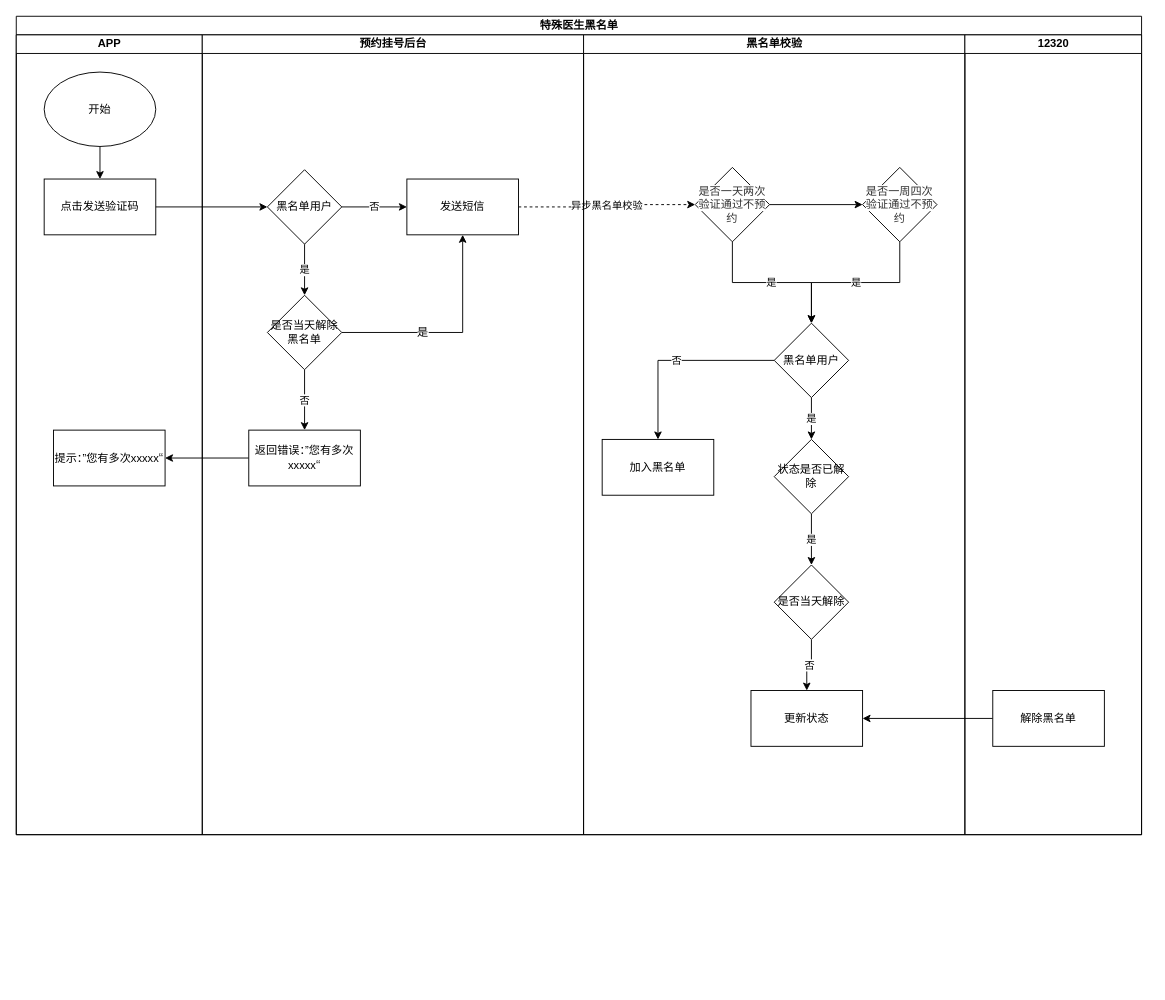
The draw.io diagram 特殊医生黑名单.drawio in xuwei03/visio, before the edit. Source tidied: cells renumbered, new cells numbered last; positions are measured from the earlier drawing's top-left corner, leaving out a move shared by most shapes. Both pictures are drawn from the tidied source at 93%, with x=0, y=0 at pixel (16, 16).
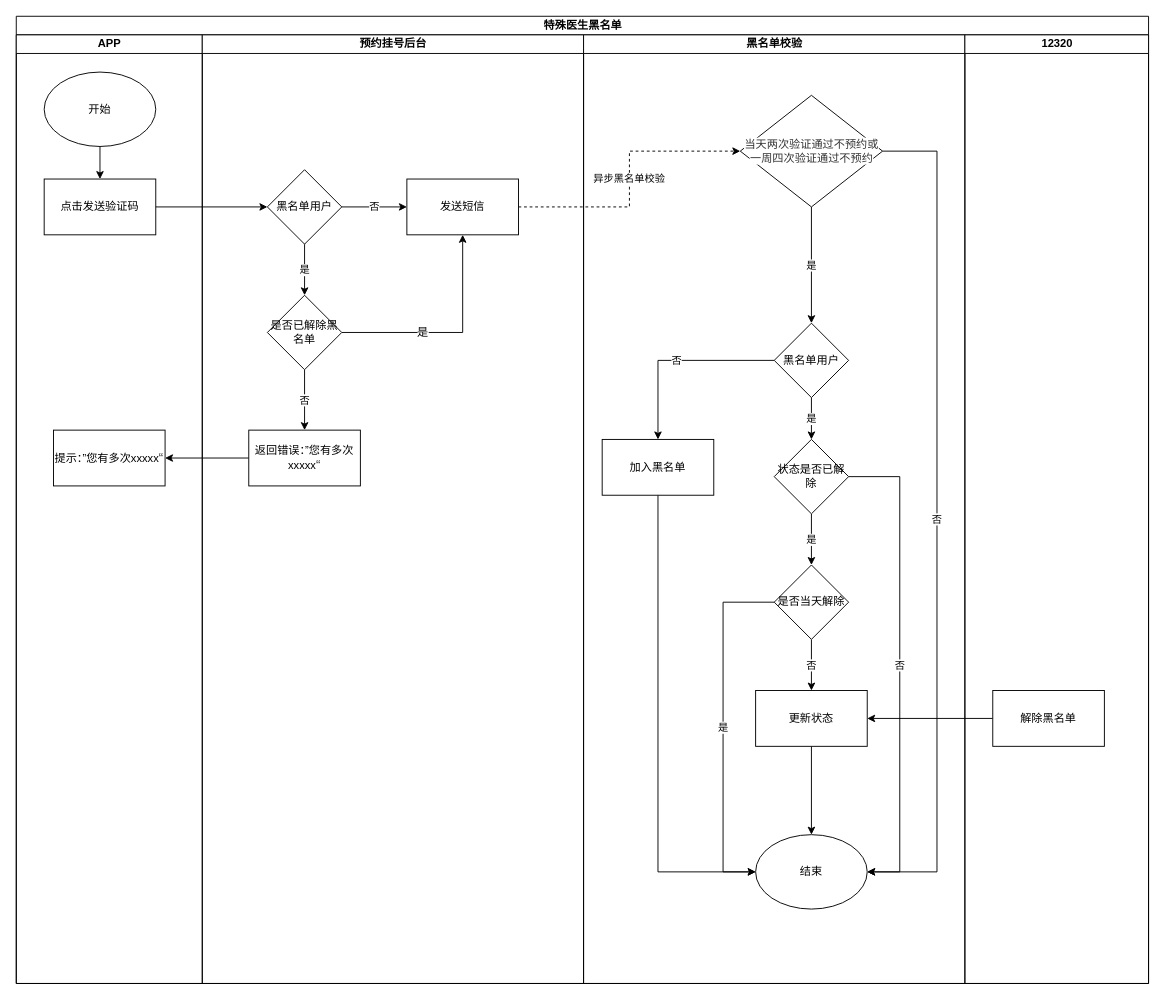
The same diagram, later.

Commit message:
更新特殊医生黑名单.drawio

Unchanged cells that the change refers to:
```xml
<mxCell id="29" value="黑名单用户" style="rhombus;whiteSpace=wrap;html=1;direction=south;" parent="21" vertex="1">
  <mxGeometry x="205" y="310" width="80" height="80" as="geometry" />
</mxCell>
<mxCell id="32" value="状态是否已解除" style="rhombus;whiteSpace=wrap;html=1;" parent="21" vertex="1">
  <mxGeometry x="205" y="435" width="80" height="80" as="geometry" />
</mxCell>
<mxCell id="33" value="加入黑名单" style="rounded=0;whiteSpace=wrap;html=1;" parent="21" vertex="1">
  <mxGeometry x="20" y="435" width="120" height="60" as="geometry" />
</mxCell>
<mxCell id="35" value="是否当天解除" style="rhombus;whiteSpace=wrap;html=1;" parent="21" vertex="1">
  <mxGeometry x="205" y="570" width="80" height="80" as="geometry" />
</mxCell>
<mxCell id="38" value="解除黑名单" style="rounded=0;whiteSpace=wrap;html=1;" parent="37" vertex="1">
  <mxGeometry x="30" y="705" width="120" height="60" as="geometry" />
</mxCell>
```

What changed in the source:
```diff
@@
     <mxCell id="2" value="特殊医生黑名单" style="swimlane;html=1;startSize=20;" parent="1" vertex="1">
-      <mxGeometry width="1210" height="880" as="geometry" />
+      <mxGeometry width="1217.5" height="1040" as="geometry" />
     </mxCell>
     <mxCell id="3" value="APP" style="swimlane;html=1;startSize=20;" parent="2" vertex="1">
-      <mxGeometry y="20" width="200" height="860" as="geometry" />
+      <mxGeometry y="20" width="200" height="1020" as="geometry" />
     </mxCell>
@@
     <mxCell id="11" value="预约挂号后台" style="swimlane;html=1;startSize=20;" parent="2" vertex="1">
-      <mxGeometry x="200" y="20" width="410" height="860" as="geometry" />
+      <mxGeometry x="200" y="20" width="410" height="1020" as="geometry" />
     </mxCell>
@@
-    <mxCell id="20" value="是否当天解除黑名单" style="rhombus;whiteSpace=wrap;html=1;" parent="11" vertex="1">
+    <mxCell id="20" value="是否已解除黑名单" style="rhombus;whiteSpace=wrap;html=1;" parent="11" vertex="1">
       <mxGeometry x="70" y="280" width="80" height="80" as="geometry" />
     </mxCell>
+    <mxCell id="36" style="edgeStyle=orthogonalEdgeStyle;rounded=0;jettySize=auto;html=1;exitX=0;exitY=0.5;exitDx=0;exitDy=0;entryX=1;entryY=0.5;entryDx=0;entryDy=0;" parent="2" edge="1" source="38" target="30">
+      <mxGeometry relative="1" as="geometry" />
+    </mxCell>
     <mxCell id="21" value="黑名单校验" style="swimlane;html=1;startSize=20;" parent="2" vertex="1">
-      <mxGeometry x="610" y="20" width="410" height="860" as="geometry" />
+      <mxGeometry x="610" y="20" width="410" height="1020" as="geometry" />
     </mxCell>
-    <mxCell id="22" value="是" style="edgeStyle=orthogonalEdgeStyle;rounded=0;jettySize=auto;html=1;exitX=0.5;exitY=1;exitDx=0;exitDy=0;entryX=0;entryY=0.5;entryDx=0;entryDy=0;" parent="21" edge="1" source="24" target="29">
-      <mxGeometry relative="1" as="geometry" />
-    </mxCell>
-    <mxCell id="23" style="edgeStyle=orthogonalEdgeStyle;rounded=0;jettySize=auto;html=1;exitX=1;exitY=0.5;exitDx=0;exitDy=0;entryX=0;entryY=0.5;entryDx=0;entryDy=0;" parent="21" edge="1" source="24" target="26">
-      <mxGeometry relative="1" as="geometry" />
-    </mxCell>
-    <mxCell id="24" value="&lt;font color=&quot;#333333&quot; style=&quot;font-size: 12px&quot;&gt;&lt;span style=&quot;background-color: rgb(255 , 255 , 255)&quot;&gt;是否一天两次验证通过不预约&lt;/span&gt;&lt;/font&gt;" style="rhombus;whiteSpace=wrap;html=1;" parent="21" vertex="1">
-      <mxGeometry x="120" y="142.5" width="80" height="80" as="geometry" />
-    </mxCell>
-    <mxCell id="25" value="是" style="edgeStyle=orthogonalEdgeStyle;rounded=0;jettySize=auto;html=1;exitX=0.5;exitY=1;exitDx=0;exitDy=0;entryX=0;entryY=0.5;entryDx=0;entryDy=0;" parent="21" edge="1" source="26" target="29">
-      <mxGeometry relative="1" as="geometry" />
-    </mxCell>
-    <mxCell id="26" value="&lt;font color=&quot;#333333&quot; style=&quot;font-size: 12px&quot;&gt;&lt;span style=&quot;background-color: rgb(255 , 255 , 255)&quot;&gt;是否一周四次验证通过不预约&lt;/span&gt;&lt;/font&gt;" style="rhombus;whiteSpace=wrap;html=1;" parent="21" vertex="1">
-      <mxGeometry x="300" y="142.5" width="80" height="80" as="geometry" />
-    </mxCell>
@@
+    <mxCell id="39" style="edgeStyle=orthogonalEdgeStyle;rounded=0;jettySize=auto;html=1;exitX=0.5;exitY=1;exitDx=0;exitDy=0;" parent="21" edge="1" source="30" target="44">
+      <mxGeometry relative="1" as="geometry" />
+    </mxCell>
     <mxCell id="30" value="&lt;span style=&quot;white-space: normal&quot;&gt;更新状态&lt;/span&gt;" style="rounded=0;whiteSpace=wrap;html=1;" parent="21" vertex="1">
-      <mxGeometry x="180" y="705" width="120" height="60" as="geometry" />
+      <mxGeometry x="185" y="705" width="120" height="60" as="geometry" />
     </mxCell>
@@
+    <mxCell id="40" value="否" style="edgeStyle=orthogonalEdgeStyle;rounded=0;jettySize=auto;html=1;exitX=1;exitY=0.5;exitDx=0;exitDy=0;entryX=1;entryY=0.5;entryDx=0;entryDy=0;" parent="21" edge="1" source="32" target="44">
+      <mxGeometry relative="1" as="geometry">
+        <Array as="points">
+          <mxPoint x="340" y="475" />
+          <mxPoint x="340" y="900" />
+        </Array>
+      </mxGeometry>
+    </mxCell>
@@
+    <mxCell id="41" style="edgeStyle=orthogonalEdgeStyle;rounded=0;jettySize=auto;html=1;exitX=0.5;exitY=1;exitDx=0;exitDy=0;entryX=0;entryY=0.5;entryDx=0;entryDy=0;" parent="21" edge="1" source="33" target="44">
+      <mxGeometry relative="1" as="geometry" />
+    </mxCell>
@@
+    <mxCell id="42" value="是" style="edgeStyle=orthogonalEdgeStyle;rounded=0;jettySize=auto;html=1;exitX=0;exitY=0.5;exitDx=0;exitDy=0;entryX=0;entryY=0.5;entryDx=0;entryDy=0;" parent="21" edge="1" source="35" target="44">
+      <mxGeometry relative="1" as="geometry">
+        <Array as="points">
+          <mxPoint x="150" y="610" />
+          <mxPoint x="150" y="900" />
+        </Array>
+      </mxGeometry>
+    </mxCell>
@@
-    <mxCell id="36" style="edgeStyle=orthogonalEdgeStyle;rounded=0;jettySize=auto;html=1;exitX=0;exitY=0.5;exitDx=0;exitDy=0;entryX=1;entryY=0.5;entryDx=0;entryDy=0;" parent="2" edge="1" source="38" target="30">
-      <mxGeometry relative="1" as="geometry" />
-    </mxCell>
+    <mxCell id="22" value="是" style="edgeStyle=orthogonalEdgeStyle;rounded=0;jettySize=auto;html=1;exitX=0.5;exitY=1;exitDx=0;exitDy=0;entryX=0;entryY=0.5;entryDx=0;entryDy=0;" parent="21" edge="1" source="24" target="29">
+      <mxGeometry relative="1" as="geometry" />
+    </mxCell>
+    <mxCell id="43" value="否" style="edgeStyle=orthogonalEdgeStyle;rounded=0;jettySize=auto;html=1;exitX=1;exitY=0.5;exitDx=0;exitDy=0;entryX=1;entryY=0.5;entryDx=0;entryDy=0;" parent="21" edge="1" source="24" target="44">
+      <mxGeometry relative="1" as="geometry">
+        <Array as="points">
+          <mxPoint x="380" y="125" />
+          <mxPoint x="380" y="900" />
+        </Array>
+      </mxGeometry>
+    </mxCell>
+    <mxCell id="24" value="&lt;font color=&quot;#333333&quot; style=&quot;font-size: 12px&quot;&gt;&lt;span style=&quot;background-color: rgb(255 , 255 , 255)&quot;&gt;当天两次验证通过不预约或&lt;/span&gt;&lt;/font&gt;&lt;span style=&quot;color: rgb(51 , 51 , 51) ; background-color: rgb(255 , 255 , 255)&quot;&gt;一周四次验证通过不预约&lt;/span&gt;" style="rhombus;whiteSpace=wrap;html=1;" parent="21" vertex="1">
+      <mxGeometry x="168.5" y="65" width="153" height="120" as="geometry" />
+    </mxCell>
+    <mxCell id="44" value="结束" style="ellipse;whiteSpace=wrap;html=1;fillColor=none;" parent="21" vertex="1">
+      <mxGeometry x="185" y="860" width="120" height="80" as="geometry" />
+    </mxCell>
     <mxCell id="37" value="12320" style="swimlane;html=1;startSize=20;" parent="2" vertex="1">
-      <mxGeometry x="1020" y="20" width="190" height="860" as="geometry" />
+      <mxGeometry x="1020" y="20" width="197.5" height="1020" as="geometry" />
     </mxCell>
```
